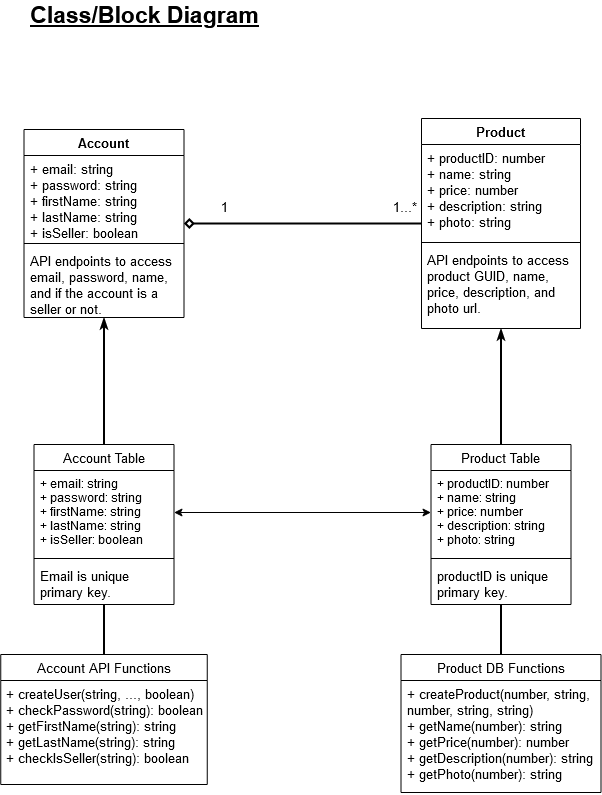
This is documentation/Class-Block Diagram.png from mitchahan/SCU-Marketplace-App, a draw.io export, as it was before one commit. Source tidied: cells renumbered, new cells last; positions are measured from the earlier drawing's top-left corner, leaving out a move shared by most shapes.
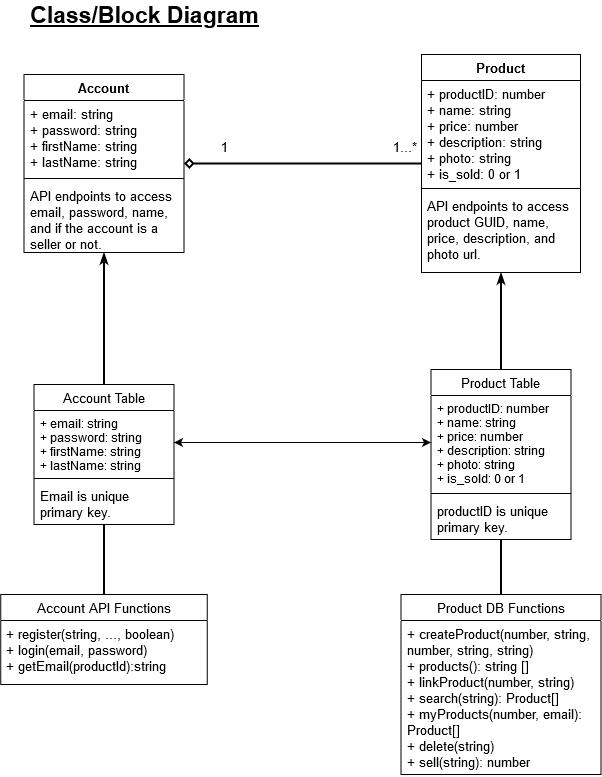
After the change.

Change to the diagram source:
```diff
@@ -22,76 +22,76 @@
       <mxGeometry relative="1" as="geometry" />
     </mxCell>
     <mxCell id="7" value="Account Table" style="swimlane;fontStyle=0;horizontal=1;startSize=26;fillColor=none;fontSize=13;" parent="1" vertex="1">
-      <mxGeometry x="33.5" y="440" width="140" height="160" as="geometry" />
+      <mxGeometry x="33.5" y="440" width="140" height="140" as="geometry" />
     </mxCell>
-    <mxCell id="8" value="+ email: string&#10;+ password: string&#10;+ firstName: string&#10;+ lastName: string&#10;+ isSeller: boolean&#10;&#10;&#10;" style="text;strokeColor=none;fillColor=none;align=left;verticalAlign=top;spacingLeft=4;spacingRight=4;overflow=hidden;points=[[0,0.5],[1,0.5]];portConstraint=eastwest;" parent="7" vertex="1">
-      <mxGeometry y="26" width="140" height="84" as="geometry" />
+    <mxCell id="8" value="+ email: string&#10;+ password: string&#10;+ firstName: string&#10;+ lastName: string&#10;&#10;&#10;" style="text;strokeColor=none;fillColor=none;align=left;verticalAlign=top;spacingLeft=4;spacingRight=4;overflow=hidden;points=[[0,0.5],[1,0.5]];portConstraint=eastwest;" parent="7" vertex="1">
+      <mxGeometry y="26" width="140" height="64" as="geometry" />
     </mxCell>
     <mxCell id="9" style="line;strokeWidth=1;fillColor=none;align=left;verticalAlign=middle;spacingTop=-1;spacingLeft=3;spacingRight=3;labelPosition=right;fontSize=13;" parent="7" vertex="1">
-      <mxGeometry y="110" width="140" height="8" as="geometry" />
+      <mxGeometry y="90" width="140" height="8" as="geometry" />
     </mxCell>
     <mxCell id="10" value="Email is unique&#10;primary key.&#10;" style="text;strokeColor=none;fillColor=none;align=left;verticalAlign=top;spacingLeft=4;spacingRight=4;overflow=hidden;fontSize=13;" parent="7" vertex="1">
-      <mxGeometry y="118" width="140" height="42" as="geometry" />
+      <mxGeometry y="98" width="140" height="42" as="geometry" />
     </mxCell>
     <mxCell id="11" value="Account" style="swimlane;fontStyle=1;align=center;verticalAlign=top;horizontal=1;startSize=26;fontSize=13;" parent="1" vertex="1">
-      <mxGeometry x="23.5" y="125" width="160" height="188" as="geometry" />
+      <mxGeometry x="23.5" y="130" width="160" height="178" as="geometry" />
     </mxCell>
-    <mxCell id="12" value="+ email: string&#10;+ password: string&#10;+ firstName: string&#10;+ lastName: string&#10;+ isSeller: boolean&#10;" style="text;strokeColor=none;fillColor=none;align=left;verticalAlign=top;spacingLeft=4;spacingRight=4;overflow=hidden;fontSize=13;" parent="11" vertex="1">
-      <mxGeometry y="26" width="160" height="84" as="geometry" />
+    <mxCell id="12" value="+ email: string&#10;+ password: string&#10;+ firstName: string&#10;+ lastName: string" style="text;strokeColor=none;fillColor=none;align=left;verticalAlign=top;spacingLeft=4;spacingRight=4;overflow=hidden;fontSize=13;" parent="11" vertex="1">
+      <mxGeometry y="26" width="160" height="74" as="geometry" />
     </mxCell>
     <mxCell id="13" style="line;strokeWidth=1;fillColor=none;align=left;verticalAlign=middle;spacingTop=-1;spacingLeft=3;spacingRight=3;labelPosition=right;fontSize=13;" parent="11" vertex="1">
-      <mxGeometry y="110" width="160" height="8" as="geometry" />
+      <mxGeometry y="100" width="160" height="8" as="geometry" />
     </mxCell>
     <mxCell id="14" value="API endpoints to access&#10;email, password, name,&#10;and if the account is a &#10;seller or not.&#10;&#10;&#10;" style="text;strokeColor=none;fillColor=none;align=left;verticalAlign=top;spacingLeft=4;spacingRight=4;overflow=hidden;fontSize=13;" parent="11" vertex="1">
-      <mxGeometry y="118" width="160" height="70" as="geometry" />
+      <mxGeometry y="108" width="160" height="70" as="geometry" />
     </mxCell>
     <mxCell id="15" style="edgeStyle=orthogonalEdgeStyle;rounded=0;jettySize=auto;html=1;exitX=0.5;exitY=0;exitDx=0;exitDy=0;entryX=0.5;entryY=1;entryDx=0;entryDy=0;startArrow=none;startFill=0;endArrow=none;endFill=0;strokeWidth=2;fontSize=13;" parent="1" edge="1" source="27" target="7">
       <mxGeometry relative="1" as="geometry" />
     </mxCell>
     <mxCell id="16" value="Product" style="swimlane;fontStyle=1;align=center;verticalAlign=top;horizontal=1;startSize=26;fontSize=13;" parent="1" vertex="1">
-      <mxGeometry x="421" y="114" width="159" height="210" as="geometry" />
+      <mxGeometry x="421" y="110" width="159" height="218" as="geometry" />
     </mxCell>
-    <mxCell id="17" value="+ productID: number&#10;+ name: string&#10;+ price: number&#10;+ description: string&#10;+ photo: string&#10;&#10;" style="text;strokeColor=none;fillColor=none;align=left;verticalAlign=top;spacingLeft=4;spacingRight=4;overflow=hidden;fontSize=13;" parent="16" vertex="1">
-      <mxGeometry y="26" width="159" height="94" as="geometry" />
+    <mxCell id="17" value="+ productID: number&#10;+ name: string&#10;+ price: number&#10;+ description: string&#10;+ photo: string&#10;+ is_sold: 0 or 1&#10;&#10;&#10;" style="text;strokeColor=none;fillColor=none;align=left;verticalAlign=top;spacingLeft=4;spacingRight=4;overflow=hidden;fontSize=13;" parent="16" vertex="1">
+      <mxGeometry y="26" width="159" height="104" as="geometry" />
     </mxCell>
     <mxCell id="18" style="line;strokeWidth=1;fillColor=none;align=left;verticalAlign=middle;spacingTop=-1;spacingLeft=3;spacingRight=3;labelPosition=right;fontSize=13;" parent="16" vertex="1">
-      <mxGeometry y="120" width="159" height="8" as="geometry" />
+      <mxGeometry y="130" width="159" height="8" as="geometry" />
     </mxCell>
     <mxCell id="19" value="API endpoints to access&#10;product GUID, name, &#10;price, description, and &#10;photo url." style="text;strokeColor=none;fillColor=none;align=left;verticalAlign=top;spacingLeft=4;spacingRight=4;overflow=hidden;fontSize=13;" parent="16" vertex="1">
-      <mxGeometry y="128" width="159" height="82" as="geometry" />
+      <mxGeometry y="138" width="159" height="80" as="geometry" />
     </mxCell>
     <mxCell id="20" style="edgeStyle=orthogonalEdgeStyle;rounded=0;jettySize=auto;html=1;exitX=0.5;exitY=0;exitDx=0;exitDy=0;entryX=0.5;entryY=1;entryDx=0;entryDy=0;startArrow=none;startFill=0;endArrow=none;endFill=0;strokeWidth=2;fontSize=13;" parent="1" edge="1" source="25" target="21">
       <mxGeometry relative="1" as="geometry" />
     </mxCell>
     <mxCell id="21" value="Product Table" style="swimlane;fontStyle=0;horizontal=1;startSize=26;fillColor=none;fontSize=13;" parent="1" vertex="1">
-      <mxGeometry x="430.5" y="440" width="140" height="160" as="geometry" />
+      <mxGeometry x="430.5" y="425" width="140" height="170" as="geometry" />
     </mxCell>
-    <mxCell id="22" value="+ productID: number&#10;+ name: string&#10;+ price: number&#10;+ description: string&#10;+ photo: string&#10;&#10;&#10;&#10;" style="text;strokeColor=none;fillColor=none;align=left;verticalAlign=top;spacingLeft=4;spacingRight=4;overflow=hidden;points=[[0,0.5],[1,0.5]];portConstraint=eastwest;" parent="21" vertex="1">
-      <mxGeometry y="26" width="140" height="84" as="geometry" />
+    <mxCell id="22" value="+ productID: number&#10;+ name: string&#10;+ price: number&#10;+ description: string&#10;+ photo: string&#10;+ is_sold: 0 or 1&#10;&#10;&#10;&#10;&#10;" style="text;strokeColor=none;fillColor=none;align=left;verticalAlign=top;spacingLeft=4;spacingRight=4;overflow=hidden;points=[[0,0.5],[1,0.5]];portConstraint=eastwest;" parent="21" vertex="1">
+      <mxGeometry y="26" width="140" height="94" as="geometry" />
     </mxCell>
     <mxCell id="23" style="line;strokeWidth=1;fillColor=none;align=left;verticalAlign=middle;spacingTop=-1;spacingLeft=3;spacingRight=3;labelPosition=right;fontSize=13;" parent="21" vertex="1">
-      <mxGeometry y="110" width="140" height="8" as="geometry" />
+      <mxGeometry y="120" width="140" height="8" as="geometry" />
     </mxCell>
     <mxCell id="24" value="productID is unique&#10;primary key.&#10;" style="text;strokeColor=none;fillColor=none;align=left;verticalAlign=top;spacingLeft=4;spacingRight=4;overflow=hidden;fontSize=13;" parent="21" vertex="1">
-      <mxGeometry y="118" width="140" height="42" as="geometry" />
+      <mxGeometry y="128" width="140" height="42" as="geometry" />
     </mxCell>
     <mxCell id="25" value="Product DB Functions" style="swimlane;fontStyle=0;horizontal=1;startSize=26;fillColor=none;fontSize=13;" parent="1" vertex="1">
-      <mxGeometry x="400.5" y="650" width="200" height="138" as="geometry" />
+      <mxGeometry x="400.5" y="650" width="200" height="180" as="geometry" />
     </mxCell>
-    <mxCell id="26" value="+ createProduct(number, string, &#10;number, string, string)&#10;+ getName(number): string&#10;+ getPrice(number): number&#10;+ getDescription(number): string&#10;+ getPhoto(number): string&#10;" style="text;strokeColor=none;fillColor=none;align=left;verticalAlign=top;spacingLeft=4;spacingRight=4;overflow=hidden;fontSize=13;" parent="25" vertex="1">
-      <mxGeometry y="26" width="200" height="112" as="geometry" />
+    <mxCell id="26" value="+ createProduct(number, string, &#10;number, string, string)&#10;+ products(): string []&#10;+ linkProduct(number, string)&#10;+ search(string): Product[]&#10;+ myProducts(number, email): &#10;Product[]&#10;+ delete(string)&#10;+ sell(string): number&#10;" style="text;strokeColor=none;fillColor=none;align=left;verticalAlign=top;spacingLeft=4;spacingRight=4;overflow=hidden;fontSize=13;" parent="25" vertex="1">
+      <mxGeometry y="26" width="200" height="154" as="geometry" />
     </mxCell>
     <mxCell id="27" value="Account API Functions" style="swimlane;fontStyle=0;horizontal=1;startSize=26;fillColor=none;fontSize=13;" parent="1" vertex="1">
-      <mxGeometry x="0.2" y="650" width="206.5" height="130" as="geometry" />
+      <mxGeometry x="0.2" y="650" width="206.5" height="90" as="geometry" />
     </mxCell>
-    <mxCell id="28" value="+ createUser(string, ..., boolean)&#10;+ checkPassword(string): boolean&#10;+ getFirstName(string): string&#10;+ getLastName(string): string&#10;+ checkIsSeller(string): boolean&#10;" style="text;strokeColor=none;fillColor=none;align=left;verticalAlign=top;spacingLeft=4;spacingRight=4;overflow=hidden;fontSize=13;" parent="27" vertex="1">
-      <mxGeometry y="26" width="206.5" height="104" as="geometry" />
+    <mxCell id="28" value="+ register(string, ..., boolean)&#10;+ login(email, password)&#10;+ getEmail(productId):string&#10;&#10;" style="text;strokeColor=none;fillColor=none;align=left;verticalAlign=top;spacingLeft=4;spacingRight=4;overflow=hidden;fontSize=13;" parent="27" vertex="1">
+      <mxGeometry y="26" width="206.5" height="64" as="geometry" />
     </mxCell>
     <mxCell id="29" style="edgeStyle=orthogonalEdgeStyle;rounded=0;jettySize=auto;html=1;exitX=0;exitY=0.5;exitDx=0;exitDy=0;entryX=1;entryY=0.5;entryDx=0;entryDy=0;startArrow=classic;startFill=1;" parent="1" edge="1" source="22" target="8">
       <mxGeometry relative="1" as="geometry" />
     </mxCell>
     <mxCell id="30" value="&lt;font style=&quot;font-size: 23px&quot;&gt;&lt;u&gt;&lt;font style=&quot;font-size: 23px&quot;&gt;&lt;b&gt;Class/Block Diagram&lt;/b&gt;&lt;/font&gt;&lt;/u&gt;&lt;/font&gt;" style="text;html=1;align=center;verticalAlign=middle;" parent="1" vertex="1">
-      <mxGeometry x="23.5" width="240" height="20" as="geometry" />
+      <mxGeometry x="23.5" y="60" width="240" height="20" as="geometry" />
     </mxCell>
   </root>
 </mxGraphModel>
```
